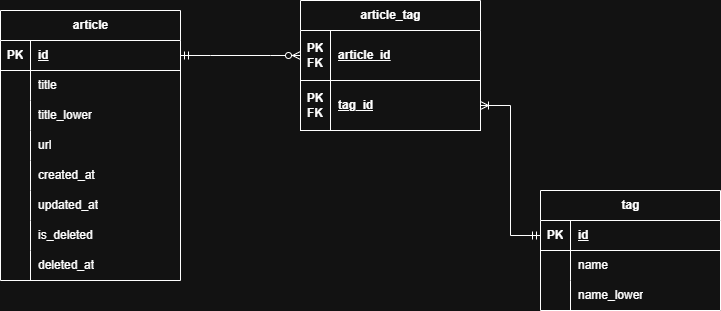
Before: docs/ER diagram.drawio.png, a diagram exported from draw.io (takuya1112/webtag). Source tidied: cells renumbered, new cells last; positions are measured from the earlier drawing's top-left corner, leaving out a move shared by most shapes.
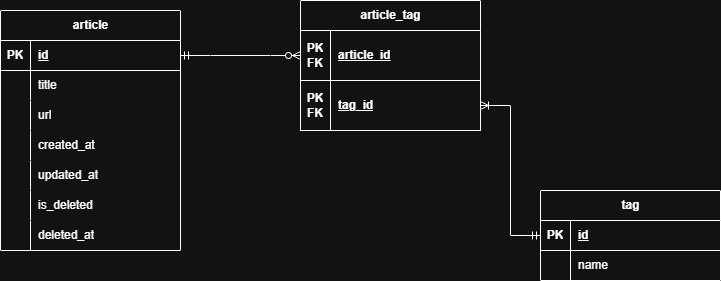
After the commit.

Change to the diagram source:
```diff
@@ -3,7 +3,7 @@
     <mxCell id="0" />
     <mxCell id="1" parent="0" />
     <mxCell id="2" value="article" style="shape=table;startSize=30;rowLines=0;fontStyle=1;align=center;html=1;labelBackgroundColor=none;" parent="1" vertex="1">
-      <mxGeometry y="10" width="180" height="270" as="geometry" />
+      <mxGeometry y="10" width="180" height="240" as="geometry" />
     </mxCell>
     <mxCell id="3" style="shape=tableRow;horizontal=0;startSize=0;swimlaneHead=0;swimlaneBody=0;fillColor=none;points=[[0,0.5],[1,0.5]];portConstraint=eastwest;top=0;left=0;right=0;bottom=1;labelBackgroundColor=none;" parent="2" vertex="1">
       <mxGeometry y="30" width="180" height="30" as="geometry" />
@@ -23,17 +23,8 @@
     <mxCell id="8" value="title" style="shape=partialRectangle;fillColor=none;top=0;left=0;bottom=0;right=0;align=left;spacingLeft=6;overflow=hidden;whiteSpace=wrap;html=1;labelBackgroundColor=none;" parent="6" vertex="1">
       <mxGeometry x="30" width="150" height="30" as="geometry" />
     </mxCell>
-    <mxCell id="9" style="shape=tableRow;horizontal=0;startSize=0;swimlaneHead=0;swimlaneBody=0;fillColor=none;top=0;left=0;right=0;bottom=0;labelBackgroundColor=none;" parent="2" vertex="1">
-      <mxGeometry y="90" width="180" height="30" as="geometry" />
-    </mxCell>
-    <mxCell id="10" style="shape=partialRectangle;fillColor=none;top=0;left=0;bottom=0;right=0;overflow=hidden;whiteSpace=wrap;html=1;labelBackgroundColor=none;" parent="9" vertex="1">
-      <mxGeometry width="30" height="30" as="geometry" />
-    </mxCell>
-    <mxCell id="11" value="title_lower" style="shape=partialRectangle;fillColor=none;top=0;left=0;bottom=0;right=0;align=left;spacingLeft=6;overflow=hidden;whiteSpace=wrap;html=1;labelBackgroundColor=none;" parent="9" vertex="1">
-      <mxGeometry x="30" width="150" height="30" as="geometry" />
-    </mxCell>
     <mxCell id="12" style="shape=tableRow;horizontal=0;startSize=0;swimlaneHead=0;swimlaneBody=0;fillColor=none;top=0;left=0;right=0;bottom=0;labelBackgroundColor=none;" parent="2" vertex="1">
-      <mxGeometry y="120" width="180" height="30" as="geometry" />
+      <mxGeometry y="90" width="180" height="30" as="geometry" />
     </mxCell>
     <mxCell id="13" style="shape=partialRectangle;fillColor=none;top=0;left=0;bottom=0;right=0;overflow=hidden;whiteSpace=wrap;html=1;labelBackgroundColor=none;" parent="12" vertex="1">
       <mxGeometry width="30" height="30" as="geometry" />
@@ -42,7 +33,7 @@
       <mxGeometry x="30" width="150" height="30" as="geometry" />
     </mxCell>
     <mxCell id="15" style="shape=tableRow;horizontal=0;startSize=0;swimlaneHead=0;swimlaneBody=0;fillColor=none;top=0;left=0;right=0;bottom=0;labelBackgroundColor=none;" parent="2" vertex="1">
-      <mxGeometry y="150" width="180" height="30" as="geometry" />
+      <mxGeometry y="120" width="180" height="30" as="geometry" />
     </mxCell>
     <mxCell id="16" style="shape=partialRectangle;fillColor=none;top=0;left=0;bottom=0;right=0;overflow=hidden;whiteSpace=wrap;html=1;labelBackgroundColor=none;" parent="15" vertex="1">
       <mxGeometry width="30" height="30" as="geometry" />
@@ -51,7 +42,7 @@
       <mxGeometry x="30" width="150" height="30" as="geometry" />
     </mxCell>
     <mxCell id="18" style="shape=tableRow;horizontal=0;startSize=0;swimlaneHead=0;swimlaneBody=0;fillColor=none;top=0;left=0;right=0;bottom=0;labelBackgroundColor=none;" parent="2" vertex="1">
-      <mxGeometry y="180" width="180" height="30" as="geometry" />
+      <mxGeometry y="150" width="180" height="30" as="geometry" />
     </mxCell>
     <mxCell id="19" style="shape=partialRectangle;fillColor=none;top=0;left=0;bottom=0;right=0;overflow=hidden;whiteSpace=wrap;html=1;labelBackgroundColor=none;" parent="18" vertex="1">
       <mxGeometry width="30" height="30" as="geometry" />
@@ -60,7 +51,7 @@
       <mxGeometry x="30" width="150" height="30" as="geometry" />
     </mxCell>
     <mxCell id="21" style="shape=tableRow;horizontal=0;startSize=0;swimlaneHead=0;swimlaneBody=0;fillColor=none;top=0;left=0;right=0;bottom=0;labelBackgroundColor=none;" parent="2" vertex="1">
-      <mxGeometry y="210" width="180" height="30" as="geometry" />
+      <mxGeometry y="180" width="180" height="30" as="geometry" />
     </mxCell>
     <mxCell id="22" style="shape=partialRectangle;fillColor=none;top=0;left=0;bottom=0;right=0;overflow=hidden;whiteSpace=wrap;html=1;labelBackgroundColor=none;" parent="21" vertex="1">
       <mxGeometry width="30" height="30" as="geometry" />
@@ -69,7 +60,7 @@
       <mxGeometry x="30" width="150" height="30" as="geometry" />
     </mxCell>
     <mxCell id="24" style="shape=tableRow;horizontal=0;startSize=0;swimlaneHead=0;swimlaneBody=0;fillColor=none;top=0;left=0;right=0;bottom=0;labelBackgroundColor=none;" parent="2" vertex="1">
-      <mxGeometry y="240" width="180" height="30" as="geometry" />
+      <mxGeometry y="210" width="180" height="30" as="geometry" />
     </mxCell>
     <mxCell id="25" style="shape=partialRectangle;fillColor=none;top=0;left=0;bottom=0;right=0;overflow=hidden;whiteSpace=wrap;html=1;labelBackgroundColor=none;" parent="24" vertex="1">
       <mxGeometry width="30" height="30" as="geometry" />
@@ -78,7 +69,7 @@
       <mxGeometry x="30" width="150" height="30" as="geometry" />
     </mxCell>
     <mxCell id="27" value="tag" style="shape=table;startSize=30;rowLines=0;fontStyle=1;align=center;html=1;" parent="1" vertex="1">
-      <mxGeometry x="540" y="190" width="180" height="120" as="geometry" />
+      <mxGeometry x="540" y="190" width="180" height="90" as="geometry" />
     </mxCell>
     <mxCell id="28" style="shape=tableRow;horizontal=0;startSize=0;swimlaneHead=0;swimlaneBody=0;fillColor=none;points=[[0,0.5],[1,0.5]];portConstraint=eastwest;top=0;left=0;right=0;bottom=1;" parent="27" vertex="1">
       <mxGeometry y="30" width="180" height="30" as="geometry" />
@@ -98,15 +89,6 @@
     <mxCell id="33" value="name" style="shape=partialRectangle;fillColor=none;top=0;left=0;bottom=0;right=0;align=left;spacingLeft=6;overflow=hidden;whiteSpace=wrap;html=1;" parent="31" vertex="1">
       <mxGeometry x="30" width="150" height="30" as="geometry" />
     </mxCell>
-    <mxCell id="34" style="shape=tableRow;horizontal=0;startSize=0;swimlaneHead=0;swimlaneBody=0;fillColor=none;top=0;left=0;right=0;bottom=0;" parent="27" vertex="1">
-      <mxGeometry y="90" width="180" height="30" as="geometry" />
-    </mxCell>
-    <mxCell id="35" style="shape=partialRectangle;fillColor=none;top=0;left=0;bottom=0;right=0;overflow=hidden;whiteSpace=wrap;html=1;" parent="34" vertex="1">
-      <mxGeometry width="30" height="30" as="geometry" />
-    </mxCell>
-    <mxCell id="36" value="name_lower" style="shape=partialRectangle;fillColor=none;top=0;left=0;bottom=0;right=0;align=left;spacingLeft=6;overflow=hidden;whiteSpace=wrap;html=1;" parent="34" vertex="1">
-      <mxGeometry x="30" width="150" height="30" as="geometry" />
-    </mxCell>
     <mxCell id="37" value="article_tag" style="shape=table;startSize=30;rowLines=0;fontStyle=1;align=center;html=1;" parent="1" vertex="1">
       <mxGeometry x="300" width="180" height="130" as="geometry" />
     </mxCell>
```
